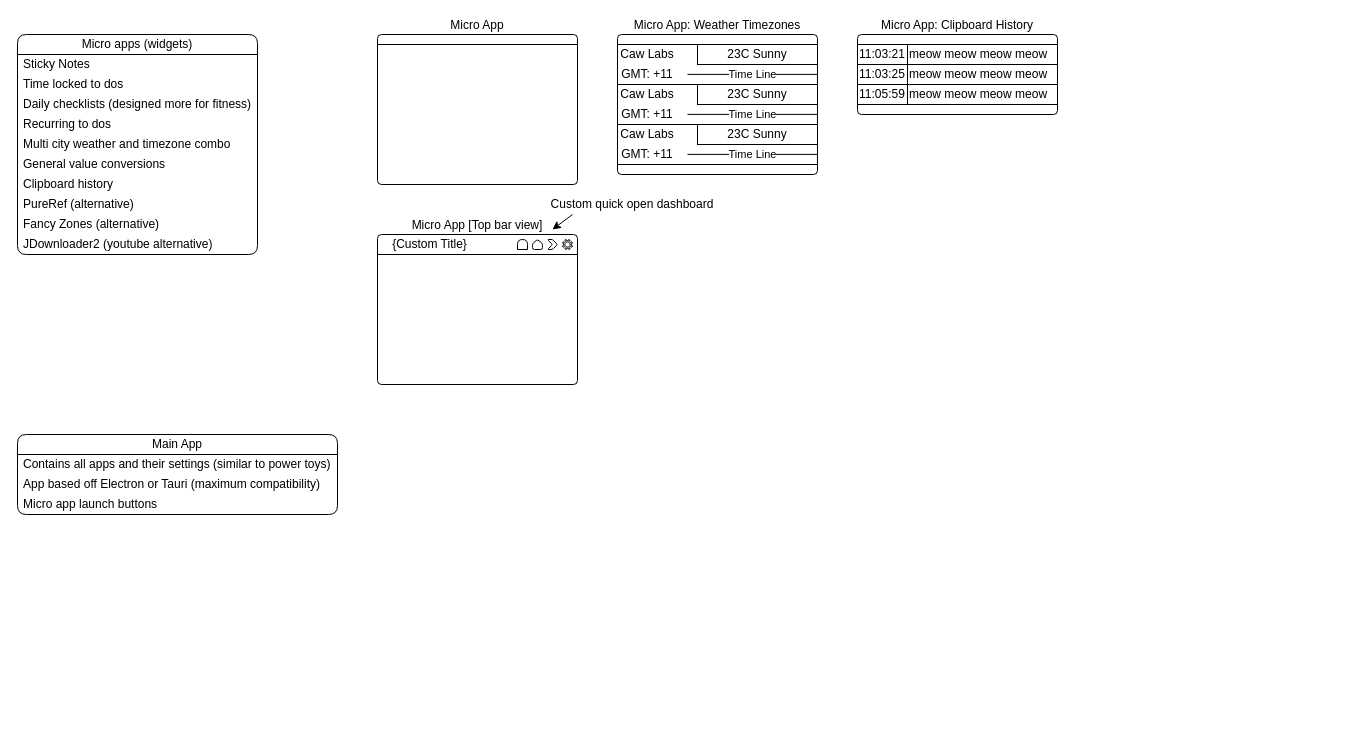
Before: page "Brainstorm" (2 of 2) of Documentation/Pipit.drawio in CawLabs/Pipit, a draw.io diagram. Source tidied: cells renumbered, new cells numbered last; positions are measured from the earlier drawing's top-left corner, leaving out a move shared by most shapes. Both pictures are drawn from the tidied source at 100%, with x=0, y=0 at pixel (17, 34).
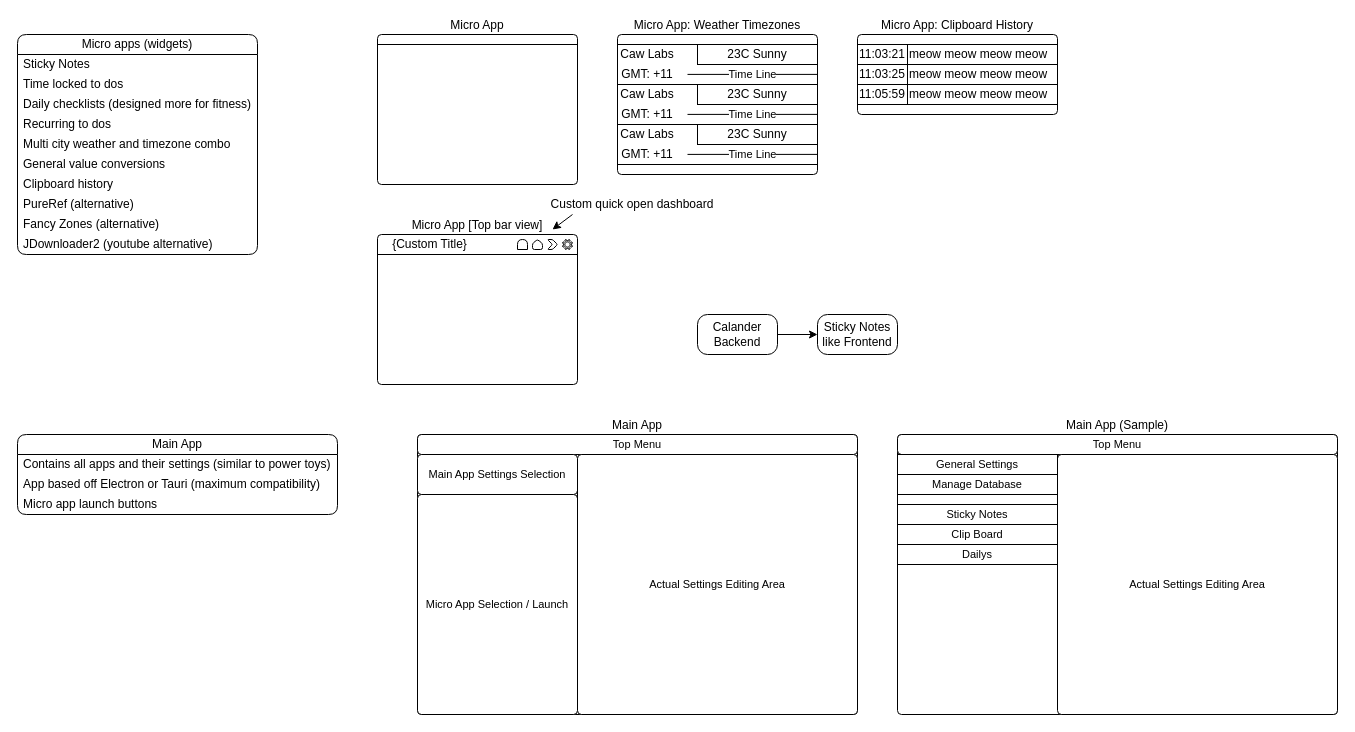
The same diagram, later.

Commit message:
Added Main app layout ideation

Diff of the diagram source:
```diff
@@
+    <mxCell id="55" style="edgeStyle=orthogonalEdgeStyle;rounded=1;jettySize=auto;html=1;exitX=1;exitY=0.5;exitDx=0;exitDy=0;entryX=0;entryY=0.5;entryDx=0;entryDy=0;curved=0;" parent="1" edge="1" source="56" target="57">
+      <mxGeometry relative="1" as="geometry" />
+    </mxCell>
+    <mxCell id="56" value="Calander Backend" style="rounded=1;whiteSpace=wrap;html=1;absoluteArcSize=1;" parent="1" vertex="1">
+      <mxGeometry x="680" y="280" width="80" height="40" as="geometry" />
+    </mxCell>
+    <mxCell id="57" value="Sticky Notes like Frontend" style="rounded=1;whiteSpace=wrap;html=1;absoluteArcSize=1;" parent="1" vertex="1">
+      <mxGeometry x="800" y="280" width="80" height="40" as="geometry" />
+    </mxCell>
+    <mxCell id="58" value="Main App" style="rounded=1;whiteSpace=wrap;html=1;absoluteArcSize=1;arcSize=8;labelPosition=center;verticalLabelPosition=top;align=center;verticalAlign=bottom;" parent="1" vertex="1">
+      <mxGeometry x="400" y="400" width="440" height="280" as="geometry" />
+    </mxCell>
+    <mxCell id="59" value="Top Menu" style="rounded=1;whiteSpace=wrap;html=1;fontFamily=Helvetica;fontSize=11;fontColor=default;labelBackgroundColor=default;absoluteArcSize=1;arcSize=8;" parent="58" vertex="1">
+      <mxGeometry width="440" height="20" as="geometry" />
+    </mxCell>
+    <mxCell id="60" value="Main App Settings Selection" style="rounded=1;whiteSpace=wrap;html=1;fontFamily=Helvetica;fontSize=11;fontColor=default;labelBackgroundColor=default;absoluteArcSize=1;arcSize=8;" parent="58" vertex="1">
+      <mxGeometry y="20" width="160" height="40" as="geometry" />
+    </mxCell>
+    <mxCell id="61" value="Micro App Selection / Launch" style="rounded=1;whiteSpace=wrap;html=1;fontFamily=Helvetica;fontSize=11;fontColor=default;labelBackgroundColor=default;absoluteArcSize=1;arcSize=8;" parent="58" vertex="1">
+      <mxGeometry y="60" width="160" height="220" as="geometry" />
+    </mxCell>
+    <mxCell id="62" value="Actual Settings Editing Area" style="rounded=1;whiteSpace=wrap;html=1;fontFamily=Helvetica;fontSize=11;fontColor=default;labelBackgroundColor=default;absoluteArcSize=1;arcSize=8;" parent="58" vertex="1">
+      <mxGeometry x="160" y="20" width="280" height="260" as="geometry" />
+    </mxCell>
+    <mxCell id="63" value="Main App (Sample)" style="rounded=1;whiteSpace=wrap;html=1;absoluteArcSize=1;arcSize=8;labelPosition=center;verticalLabelPosition=top;align=center;verticalAlign=bottom;" parent="1" vertex="1">
+      <mxGeometry x="880" y="400" width="440" height="280" as="geometry" />
+    </mxCell>
+    <mxCell id="64" value="Top Menu" style="rounded=1;whiteSpace=wrap;html=1;fontFamily=Helvetica;fontSize=11;fontColor=default;labelBackgroundColor=default;absoluteArcSize=1;arcSize=8;" parent="63" vertex="1">
+      <mxGeometry width="440" height="20" as="geometry" />
+    </mxCell>
+    <mxCell id="65" value="Actual Settings Editing Area" style="rounded=1;whiteSpace=wrap;html=1;fontFamily=Helvetica;fontSize=11;fontColor=default;labelBackgroundColor=default;absoluteArcSize=1;arcSize=8;" parent="63" vertex="1">
+      <mxGeometry x="160" y="20" width="280" height="260" as="geometry" />
+    </mxCell>
+    <mxCell id="66" value="General Settings" style="rounded=0;whiteSpace=wrap;html=1;absoluteArcSize=1;fontFamily=Helvetica;fontSize=11;fontColor=default;labelBackgroundColor=default;" parent="63" vertex="1">
+      <mxGeometry y="20" width="160" height="20" as="geometry" />
+    </mxCell>
+    <mxCell id="67" value="Manage Database" style="rounded=0;whiteSpace=wrap;html=1;absoluteArcSize=1;fontFamily=Helvetica;fontSize=11;fontColor=default;labelBackgroundColor=default;" parent="63" vertex="1">
+      <mxGeometry y="40" width="160" height="20" as="geometry" />
+    </mxCell>
+    <mxCell id="68" value="Sticky Notes" style="rounded=0;whiteSpace=wrap;html=1;absoluteArcSize=1;fontFamily=Helvetica;fontSize=11;fontColor=default;labelBackgroundColor=default;" parent="63" vertex="1">
+      <mxGeometry y="70" width="160" height="20" as="geometry" />
+    </mxCell>
+    <mxCell id="69" value="Clip Board" style="rounded=0;whiteSpace=wrap;html=1;absoluteArcSize=1;fontFamily=Helvetica;fontSize=11;fontColor=default;labelBackgroundColor=default;" parent="63" vertex="1">
+      <mxGeometry y="90" width="160" height="20" as="geometry" />
+    </mxCell>
+    <mxCell id="70" value="Dailys" style="rounded=0;whiteSpace=wrap;html=1;absoluteArcSize=1;fontFamily=Helvetica;fontSize=11;fontColor=default;labelBackgroundColor=default;" parent="63" vertex="1">
+      <mxGeometry y="110" width="160" height="20" as="geometry" />
+    </mxCell>
```
